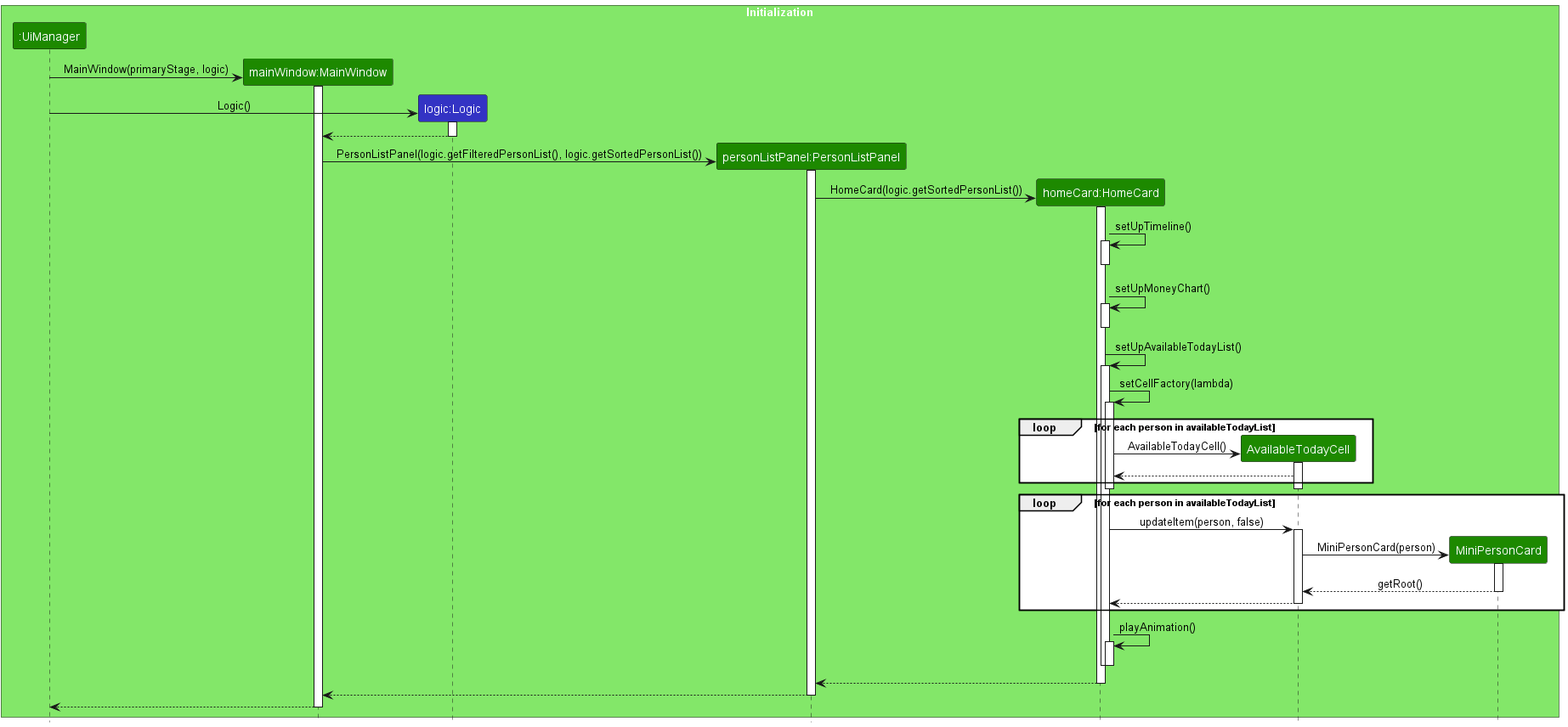
This is docs/images/HomeCardSequenceDiagram.png from NewtonKoh/tp, a PlantUML export, as it was before one commit. Its diagram source:
```plantuml
@startuml
!include style.puml
skinparam ArrowFontStyle plain

box "Initialization" UI_COLOR_T1
participant ":UiManager" as UiManager UI_COLOR
participant "mainWindow:MainWindow" as MainWindow UI_COLOR
participant "logic:Logic" as Logic LOGIC_COLOR
participant "personListPanel:PersonListPanel" as PersonListPanel UI_COLOR
participant "homeCard:HomeCard" as HomeCard UI_COLOR
participant AvailableTodayCell UI_COLOR
participant MiniPersonCard UI_COLOR
end box

create MainWindow
UiManager -> MainWindow : MainWindow(primaryStage, logic)
activate MainWindow

create Logic
UiManager -> Logic : Logic()
activate Logic
Logic --> MainWindow
deactivate Logic

create PersonListPanel
MainWindow -> PersonListPanel : PersonListPanel(logic.getFilteredPersonList(), logic.getSortedPersonList())
activate PersonListPanel

create HomeCard
PersonListPanel -> HomeCard : HomeCard(logic.getSortedPersonList())
activate HomeCard

box "HomeCard Initialization" UI_COLOR_T1
HomeCard -> HomeCard : setUpTimeline()
activate HomeCard
deactivate HomeCard

HomeCard -> HomeCard : setUpMoneyChart()
activate HomeCard
deactivate HomeCard

HomeCard -> HomeCard : setUpAvailableTodayList()
activate HomeCard
HomeCard -> HomeCard : setCellFactory(lambda)
activate HomeCard
create AvailableTodayCell
loop for each person in availableTodayList
HomeCard -> AvailableTodayCell : AvailableTodayCell()
activate AvailableTodayCell
AvailableTodayCell --> HomeCard
end
deactivate AvailableTodayCell
deactivate HomeCard

loop for each person in availableTodayList
    HomeCard -> AvailableTodayCell : updateItem(person, false)
    activate AvailableTodayCell
    create MiniPersonCard
    AvailableTodayCell -> MiniPersonCard : MiniPersonCard(person)
    activate MiniPersonCard
    MiniPersonCard --> AvailableTodayCell : getRoot()
    deactivate MiniPersonCard
    AvailableTodayCell --> HomeCard
    deactivate AvailableTodayCell
end

HomeCard -> HomeCard : playAnimation()
activate HomeCard
deactivate HomeCard
end box

deactivate HomeCard

HomeCard --> PersonListPanel
deactivate HomeCard

PersonListPanel --> MainWindow
deactivate PersonListPanel

MainWindow --> UiManager
deactivate MainWindow

@enduml
```
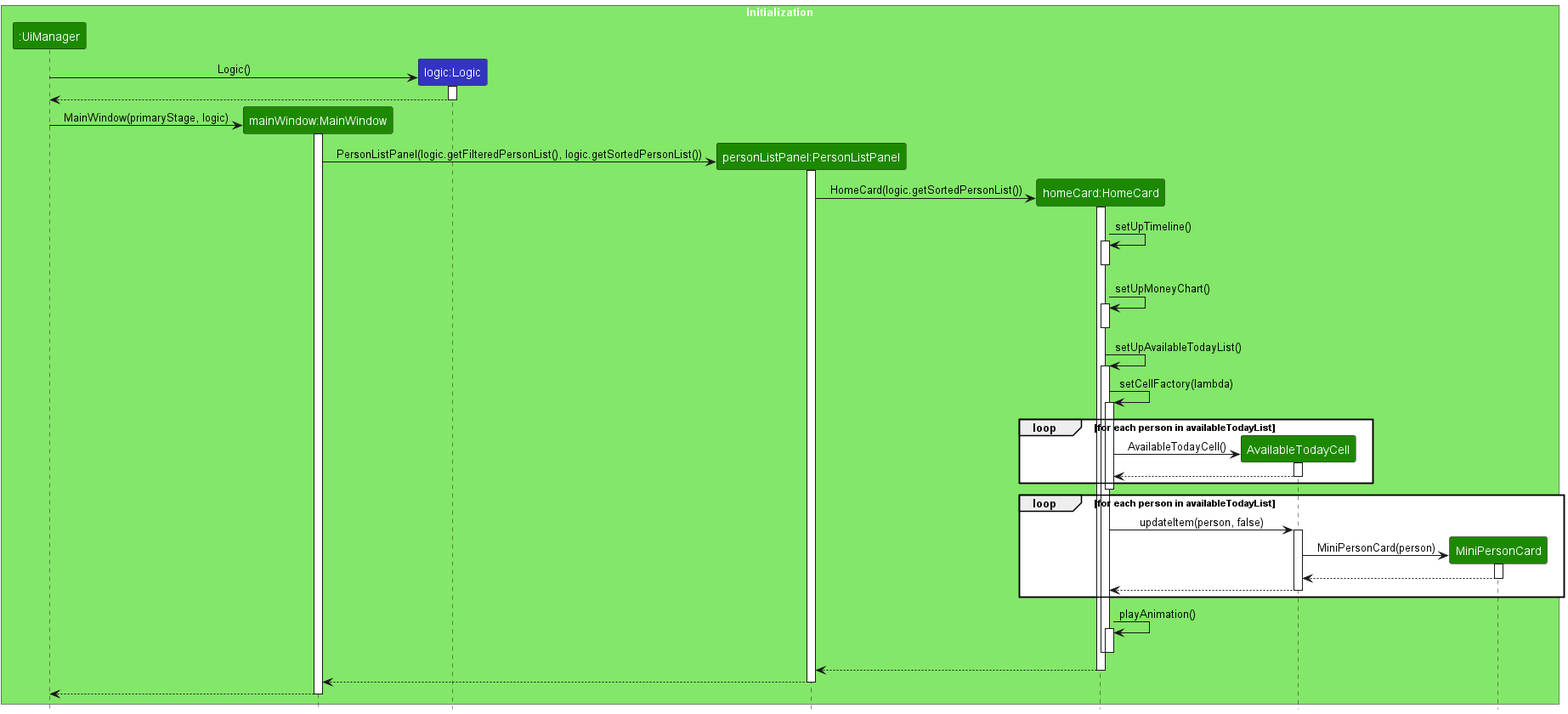
Above is the later version.

Commit message:
Refine sequence diagrams and enhance documentation with visual aids

Diff of the diagram source:
```diff
@@ -12,15 +12,15 @@
 participant MiniPersonCard UI_COLOR
 end box
 
+create Logic
+UiManager -> Logic : Logic()
+activate Logic
+Logic --> UiManager
+deactivate Logic
+
 create MainWindow
 UiManager -> MainWindow : MainWindow(primaryStage, logic)
 activate MainWindow
-
-create Logic
-UiManager -> Logic : Logic()
-activate Logic
-Logic --> MainWindow
-deactivate Logic
 
 create PersonListPanel
 MainWindow -> PersonListPanel : PersonListPanel(logic.getFilteredPersonList(), logic.getSortedPersonList())
@@ -48,8 +48,8 @@
 HomeCard -> AvailableTodayCell : AvailableTodayCell()
 activate AvailableTodayCell
 AvailableTodayCell --> HomeCard
+deactivate AvailableTodayCell
 end
-deactivate AvailableTodayCell
 deactivate HomeCard
 
 loop for each person in availableTodayList
@@ -58,7 +58,7 @@
     create MiniPersonCard
     AvailableTodayCell -> MiniPersonCard : MiniPersonCard(person)
     activate MiniPersonCard
-    MiniPersonCard --> AvailableTodayCell : getRoot()
+    MiniPersonCard --> AvailableTodayCell
     deactivate MiniPersonCard
     AvailableTodayCell --> HomeCard
     deactivate AvailableTodayCell
```
